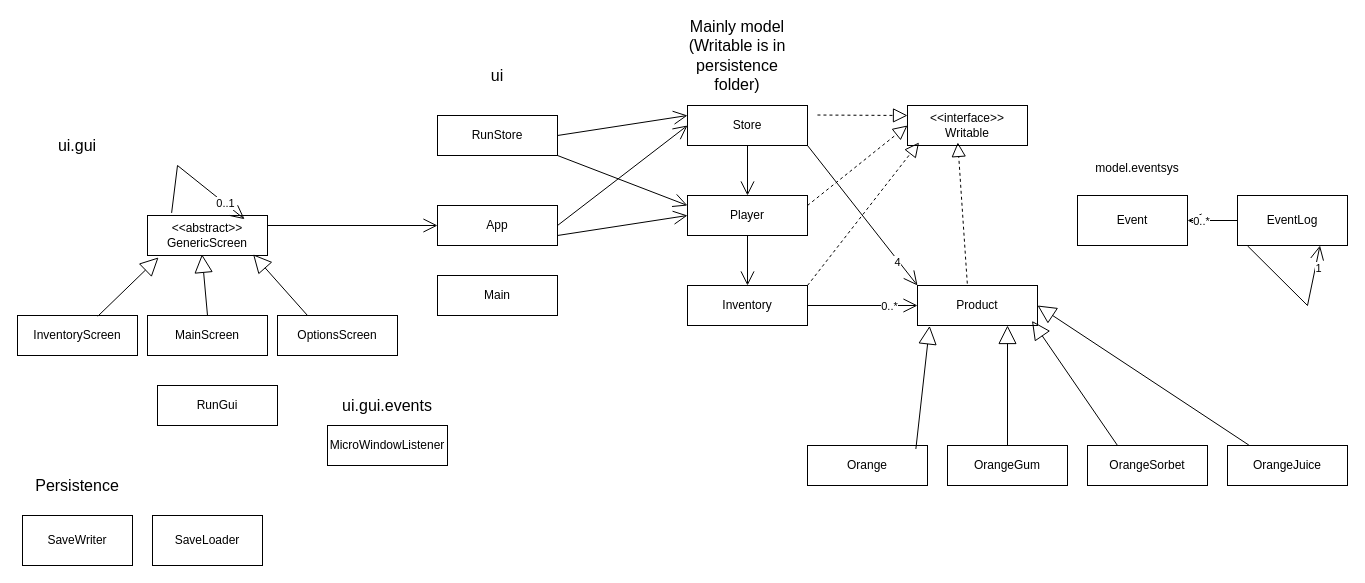
The draw.io diagram ProjectUML.drawio in dislasriv/CornerStore, before the edit. Source tidied: cells renumbered, new cells numbered last; positions are measured from the earlier drawing's top-left corner, leaving out a move shared by most shapes. Both pictures are drawn from the tidied source at 100%, with x=0, y=0 at pixel (17, 35).
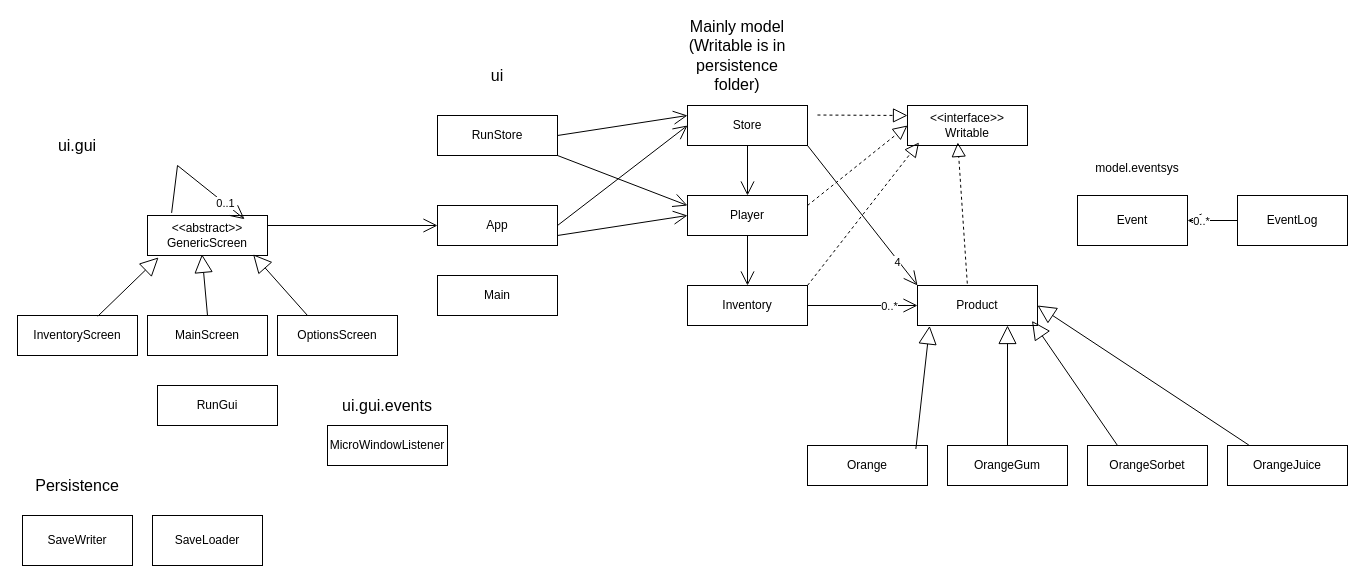
After the change.

Commit message (it also covers changes not shown here):
Phase 4: Revised UML

The change refers to these unchanged cells:
```xml
<mxCell id="28" value="EventLog" style="html=1;whiteSpace=wrap;" parent="1" vertex="1">
  <mxGeometry x="1220" y="160" width="110" height="50" as="geometry" />
</mxCell>
```

Change to the diagram source:
```diff
@@
-    <mxCell id="42" style="endArrow=open;endFill=1;endSize=12;html=1;rounded=0;exitX=0.091;exitY=1.007;exitDx=0;exitDy=0;exitPerimeter=0;entryX=0.75;entryY=1;entryDx=0;entryDy=0;" parent="1" edge="1" source="28" target="28">
-      <mxGeometry relative="1" as="geometry">
-        <Array as="points">
-          <mxPoint x="1290" y="270" />
-        </Array>
-      </mxGeometry>
-    </mxCell>
-    <mxCell id="43" value="1" style="edgeLabel;html=1;align=center;verticalAlign=middle;" parent="42" vertex="1">
-      <mxGeometry x="0.7" y="-3" relative="1" as="geometry" />
-    </mxCell>
```
